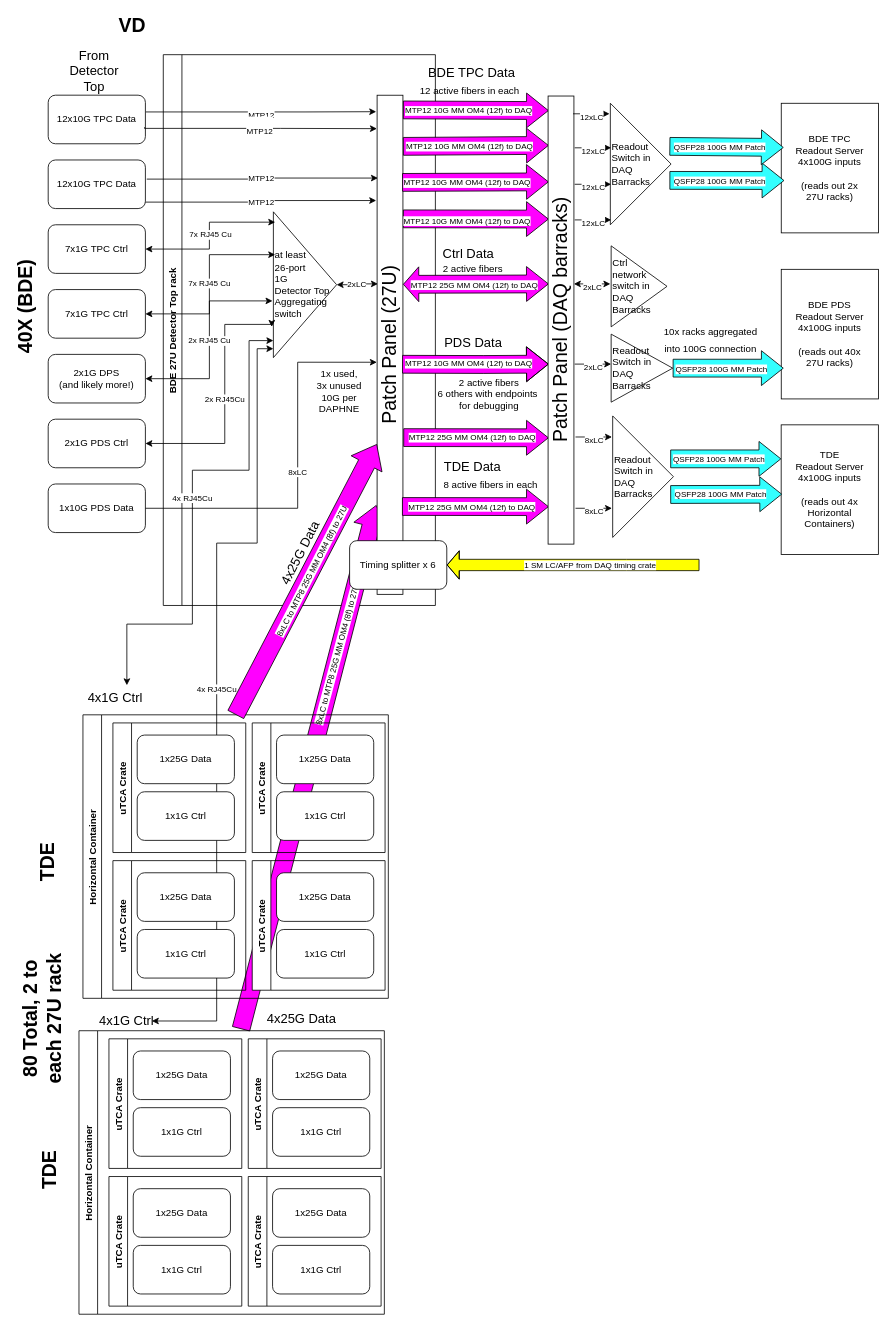
wesketchum/dunedaq-diagrams keeps this draw.io diagram as src/Facilities_and_Infrastructure/DUNE_Detector_Fiber_Plant-v3-VD_Fiber_Plant.drawio. Above is the earlier version. Source tidied: cells renumbered, new cells numbered last; positions are measured from the earlier drawing's top-left corner, leaving out a move shared by most shapes. Both pictures are drawn from the tidied source at 81%, with x=0, y=0 at pixel (-42, 14).
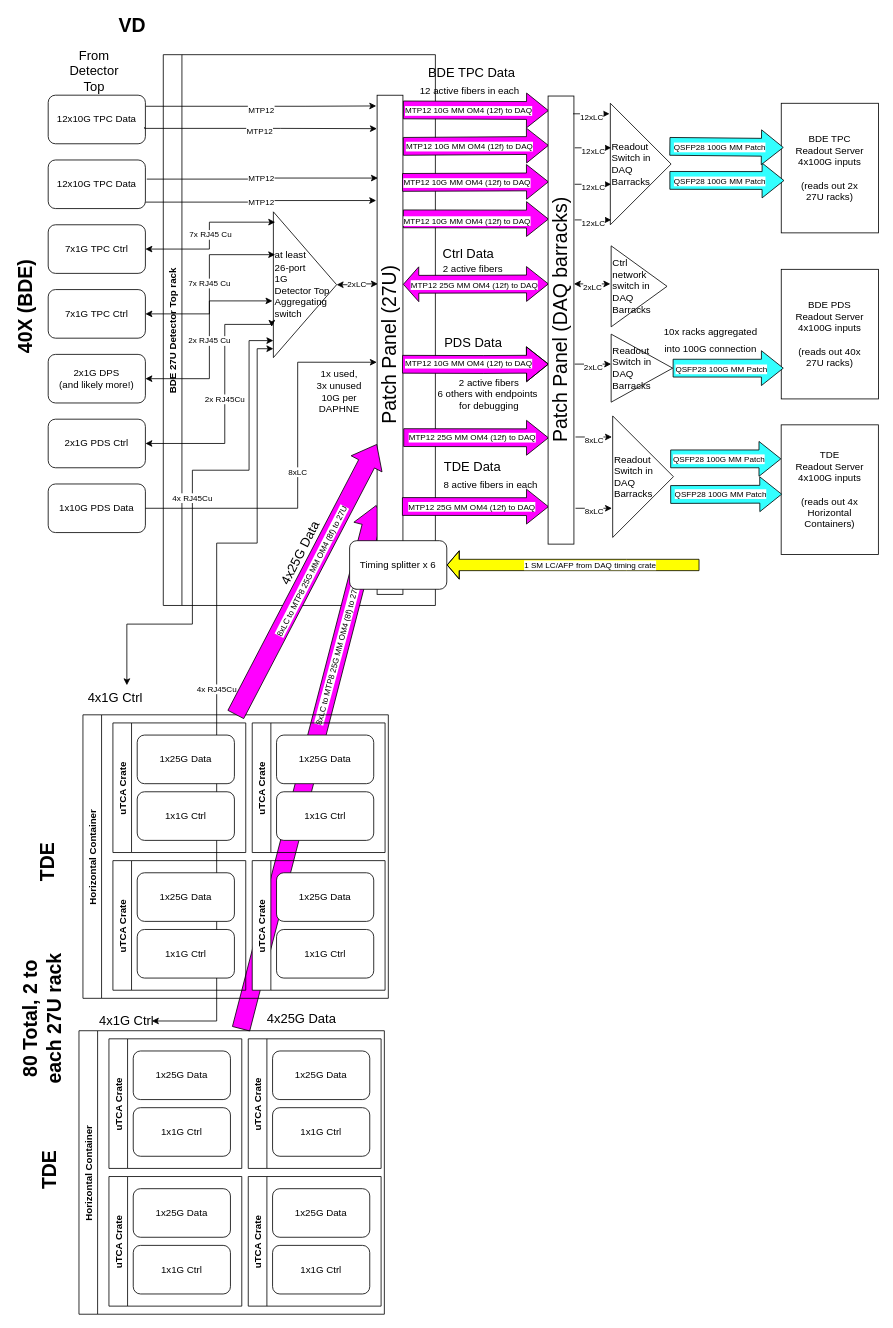
The same page after the edit.

Unchanged cells that the change refers to:
```xml
<mxCell id="5" value="Patch Panel (27U)" style="rounded=0;whiteSpace=wrap;html=1;fontSize=24;rotation=-90;" parent="2" vertex="1">
  <mxGeometry x="-28.2" y="342.2" width="616.2" height="31.9" as="geometry" />
</mxCell>
<mxCell id="73" value="12x10G TPC Data" style="rounded=1;whiteSpace=wrap;html=1;" parent="1" vertex="1">
  <mxGeometry x="111" y="100" width="120" height="60" as="geometry" />
</mxCell>
```

The edit, as a diff of the source:
```diff
@@
-    <mxCell id="74" value="&lt;span style=&quot;font-size: 10px;&quot;&gt;MTP12&lt;/span&gt;" style="edgeStyle=orthogonalEdgeStyle;rounded=0;jettySize=auto;html=1;exitX=1.005;exitY=0.345;exitDx=0;exitDy=0;entryX=0.967;entryY=-0.035;entryDx=0;entryDy=0;entryPerimeter=0;fontSize=24;exitPerimeter=0;" parent="1" edge="1" source="73" target="5">
+    <mxCell id="74" value="&lt;span style=&quot;font-size: 10px;&quot;&gt;MTP12&lt;/span&gt;" style="edgeStyle=orthogonalEdgeStyle;rounded=0;orthogonalLoop=1;jettySize=auto;html=1;exitX=1.005;exitY=0.345;exitDx=0;exitDy=0;entryX=0.967;entryY=-0.035;entryDx=0;entryDy=0;entryPerimeter=0;fontSize=24;exitPerimeter=0;" parent="1" edge="1">
       <mxGeometry relative="1" as="geometry">
+        <mxPoint x="231.6" y="113.7" as="sourcePoint" />
+        <mxPoint x="516" y="113.3" as="targetPoint" />
         <Array as="points">
-          <mxPoint x="428.1" y="121" />
+          <mxPoint x="428.1" y="114" />
         </Array>
       </mxGeometry>
     </mxCell>
```
